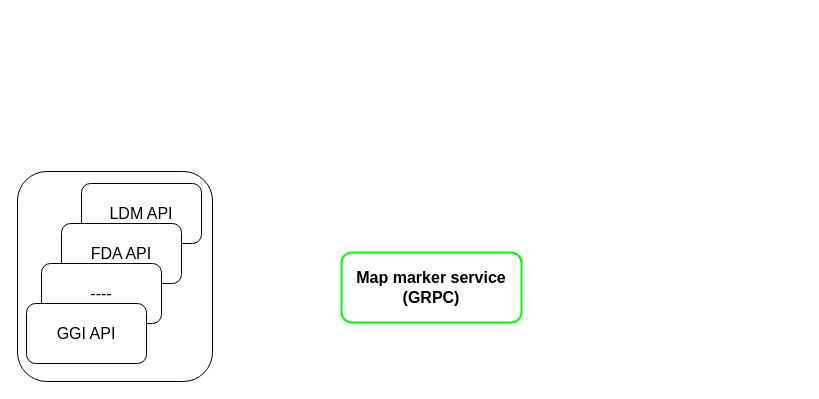
Earlier version of the draw.io diagram map-marker.drawio (arif2009/diagram). Source tidied: cells renumbered, new cells numbered last; positions are measured from the earlier drawing's top-left corner, leaving out a move shared by most shapes. Both pictures are drawn from the tidied source at 100%, with x=0, y=0 at pixel (17, 171).
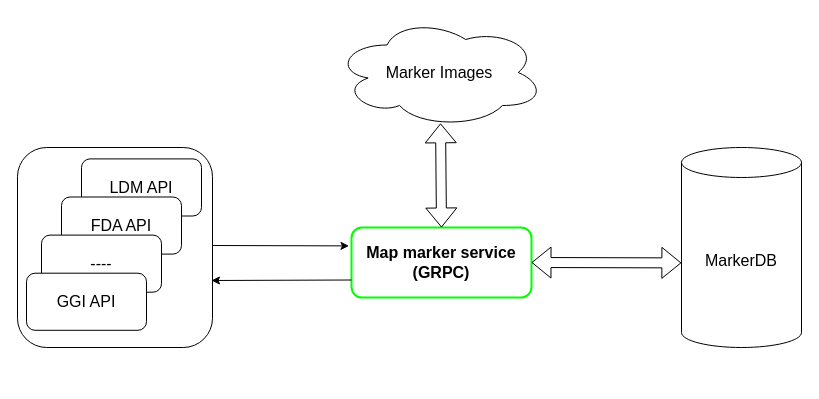
Above is the later version.

Diff of the diagram source:
```diff
@@
 <mxGraphModel>
   <root>
     <mxCell id="0" />
     <mxCell id="1" parent="0" />
     <mxCell id="2" style="group;" parent="1" vertex="1">
-      <mxGeometry width="195" height="210" as="geometry" />
+      <mxGeometry y="-24" width="195" height="200" as="geometry" />
     </mxCell>
     <mxCell id="3" style="rounded=1;whiteSpace=wrap;html=1;" parent="2" vertex="1">
-      <mxGeometry width="195" height="210" as="geometry" />
+      <mxGeometry width="195" height="200" as="geometry" />
     </mxCell>
     <mxCell id="4" value="&lt;font style=&quot;font-size: 16px&quot;&gt;LDM API&lt;/font&gt;" style="rounded=1;whiteSpace=wrap;html=1;" parent="2" vertex="1">
-      <mxGeometry x="64" y="12" width="120" height="60" as="geometry" />
+      <mxGeometry x="64" y="11.4" width="120" height="57.1" as="geometry" />
     </mxCell>
     <mxCell id="5" value="&lt;font style=&quot;font-size: 16px&quot;&gt;FDA API&lt;/font&gt;" style="rounded=1;whiteSpace=wrap;html=1;" parent="2" vertex="1">
-      <mxGeometry x="44" y="52" width="120" height="60" as="geometry" />
+      <mxGeometry x="44" y="49.5" width="120" height="57.1" as="geometry" />
     </mxCell>
     <mxCell id="6" value="&lt;span style=&quot;font-size: 16px&quot;&gt;----&lt;/span&gt;" style="rounded=1;whiteSpace=wrap;html=1;" parent="2" vertex="1">
-      <mxGeometry x="24" y="92" width="120" height="60" as="geometry" />
+      <mxGeometry x="24" y="87.6" width="120" height="57.1" as="geometry" />
     </mxCell>
     <mxCell id="7" value="&lt;span style=&quot;font-size: 16px&quot;&gt;GGI API&lt;/span&gt;" style="rounded=1;whiteSpace=wrap;html=1;" parent="2" vertex="1">
-      <mxGeometry x="9" y="132" width="120" height="60" as="geometry" />
+      <mxGeometry x="9" y="125.7" width="120" height="57.1" as="geometry" />
     </mxCell>
     <mxCell id="8" value="&lt;b&gt;Map marker service&lt;br&gt;(GRPC)&lt;/b&gt;" style="rounded=1;whiteSpace=wrap;html=1;fontSize=16;strokeWidth=2;strokeColor=#00FF00;" parent="1" vertex="1">
-      <mxGeometry x="324" y="81" width="180" height="70" as="geometry" />
+      <mxGeometry x="334" y="56" width="180" height="70" as="geometry" />
     </mxCell>
+    <mxCell id="9" value="MarkerDB" style="shape=cylinder3;whiteSpace=wrap;html=1;boundedLbl=1;backgroundOutline=1;size=15;fontSize=16;strokeColor=default;strokeWidth=1;" parent="1" vertex="1">
+      <mxGeometry x="664" y="-24" width="120" height="200" as="geometry" />
+    </mxCell>
+    <mxCell id="10" value="Marker Images" style="ellipse;shape=cloud;whiteSpace=wrap;html=1;fontSize=16;strokeColor=default;strokeWidth=1;" parent="1" vertex="1">
+      <mxGeometry x="317" y="-154" width="210" height="110" as="geometry" />
+    </mxCell>
+    <mxCell id="11" style="endArrow=classic;html=1;rounded=0;fontSize=16;entryX=-0.014;entryY=0.149;entryDx=0;entryDy=0;entryPerimeter=0;" parent="1" edge="1">
+      <mxGeometry relative="1" as="geometry">
+        <mxPoint x="195" y="74" as="sourcePoint" />
+        <mxPoint x="331.5" y="74.4" as="targetPoint" />
+      </mxGeometry>
+    </mxCell>
+    <mxCell id="12" style="endArrow=classic;html=1;rounded=0;fontSize=16;exitX=0;exitY=0.75;exitDx=0;exitDy=0;" parent="1" edge="1" source="8">
+      <mxGeometry relative="1" as="geometry">
+        <mxPoint x="194" y="109" as="targetPoint" />
+      </mxGeometry>
+    </mxCell>
+    <mxCell id="13" style="shape=flexArrow;endArrow=classic;startArrow=classic;html=1;rounded=0;fontSize=16;entryX=0.505;entryY=0.962;entryDx=0;entryDy=0;entryPerimeter=0;exitX=0.5;exitY=0;exitDx=0;exitDy=0;" parent="1" edge="1" source="8" target="10">
+      <mxGeometry relative="1" as="geometry" />
+    </mxCell>
+    <mxCell id="14" style="shape=flexArrow;endArrow=classic;startArrow=classic;html=1;rounded=0;fontSize=16;exitX=1;exitY=0.5;exitDx=0;exitDy=0;entryX=-0.001;entryY=0.577;entryDx=0;entryDy=0;entryPerimeter=0;" parent="1" edge="1" source="8" target="9">
+      <mxGeometry relative="1" as="geometry" />
+    </mxCell>
   </root>
 </mxGraphModel>
```
